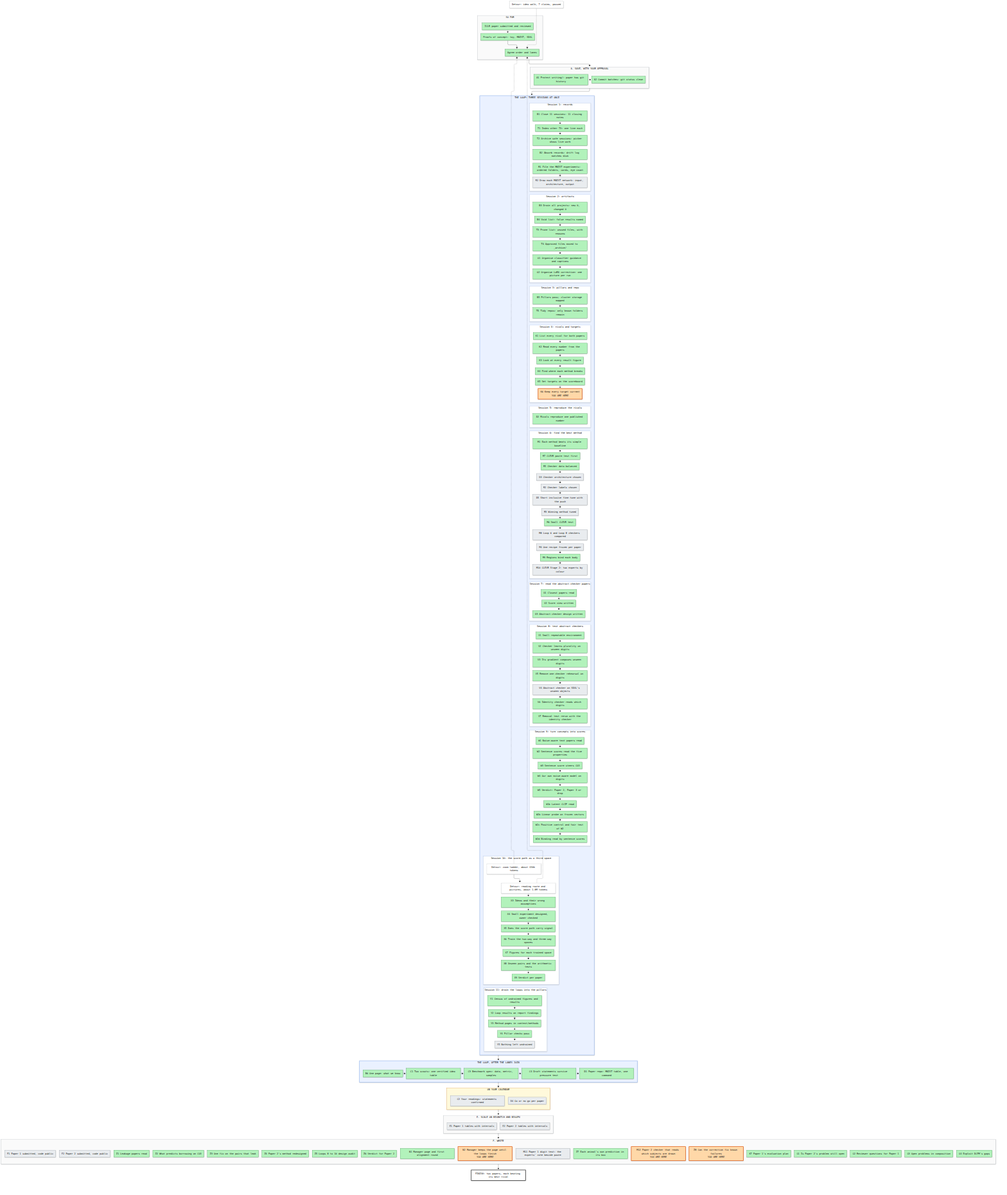
mo-rsa24/concept-composition keeps this Mermaid diagram as artifacts/notes/progress/map.png. Above is the earlier version. Its source is kept beside it as artifacts/notes/progress/map.mmd.
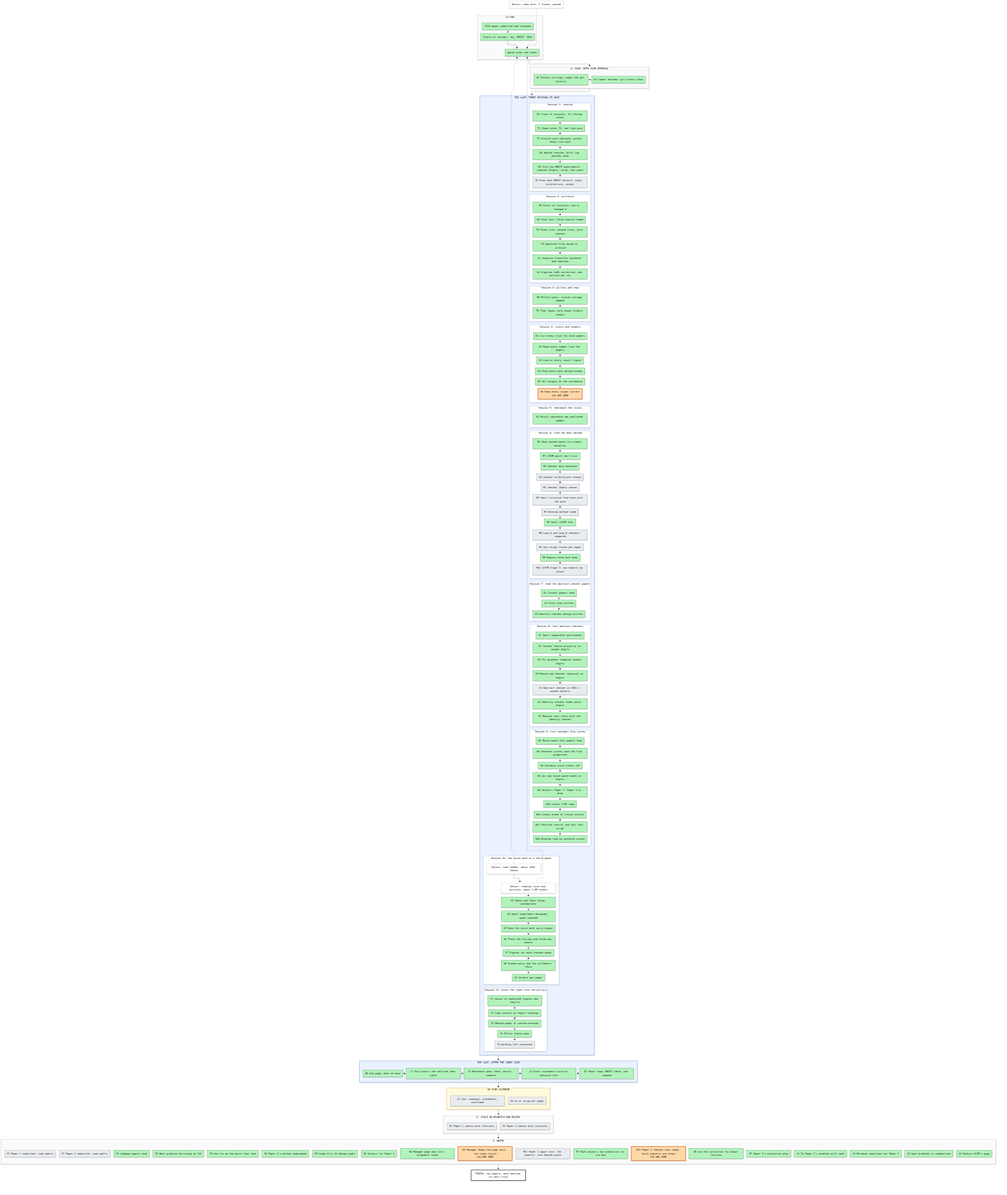
Above is the later version.

Commit message:
Progress map: Z8 parked by its bar

The edit, as a diff of the source:
```diff
@@ -74,7 +74,7 @@
   end
   subgraph SF["F. WRITE"]
     direction LR
-    F1["F1 Paper 1 submitted, code public"]:::todo ~~~ F2["F2 Paper 2 submitted, code public"]:::todo ~~~ Z1["Z1 Leakage papers read"]:::done ~~~ Z2["Z2 What predicts borrowing on CO3"]:::done ~~~ Z3["Z3 One fix on the pairs that leak"]:::done ~~~ Z4["Z4 Paper 2's method redesigned"]:::done ~~~ Z5["Z5 Loops 8 to 10 design audit"]:::done ~~~ Z6["Z6 Verdict for Paper 2"]:::done ~~~ N1["N1 Manager page and first alignment round"]:::done ~~~ N2["N2 Manager keeps the page until the loops finish<br/>YOU ARE HERE"]:::doing ~~~ M11["M11 Paper 1 digit test: the experts' vote beside paste"]:::todo ~~~ Z7["Z7 Each animal's own prediction in its box"]:::done ~~~ M12["M12 Paper 2 checker that reads which subjects are drawn<br/>YOU ARE HERE"]:::doing ~~~ Z8["Z8 Can the correction fix known failures<br/>YOU ARE HERE"]:::doing ~~~ K7["K7 Paper 1's evaluation plan"]:::done ~~~ G1["G1 Is Paper 2's problem still open"]:::done ~~~ G2["G2 Reviewer questions for Paper 1"]:::done ~~~ G3["G3 Open problems in composition"]:::done ~~~ G4["G4 Exploit DCFM's gaps"]:::done
+    F1["F1 Paper 1 submitted, code public"]:::todo ~~~ F2["F2 Paper 2 submitted, code public"]:::todo ~~~ Z1["Z1 Leakage papers read"]:::done ~~~ Z2["Z2 What predicts borrowing on CO3"]:::done ~~~ Z3["Z3 One fix on the pairs that leak"]:::done ~~~ Z4["Z4 Paper 2's method redesigned"]:::done ~~~ Z5["Z5 Loops 8 to 10 design audit"]:::done ~~~ Z6["Z6 Verdict for Paper 2"]:::done ~~~ N1["N1 Manager page and first alignment round"]:::done ~~~ N2["N2 Manager keeps the page until the loops finish<br/>YOU ARE HERE"]:::doing ~~~ M11["M11 Paper 1 digit test: the experts' vote beside paste"]:::todo ~~~ Z7["Z7 Each animal's own prediction in its box"]:::done ~~~ M12["M12 Paper 2 checker that reads which subjects are drawn<br/>YOU ARE HERE"]:::doing ~~~ Z8["Z8 Can the correction fix known failures"]:::done ~~~ K7["K7 Paper 1's evaluation plan"]:::done ~~~ G1["G1 Is Paper 2's problem still open"]:::done ~~~ G2["G2 Reviewer questions for Paper 1"]:::done ~~~ G3["G3 Open problems in composition"]:::done ~~~ G4["G4 Exploit DCFM's gaps"]:::done
   end
   GOAL["FINISH: two papers, each beating its best rival"]:::goal
   X0["Detour: idea walk, 7 claims, paused"]:::detour -.-> P2
```
